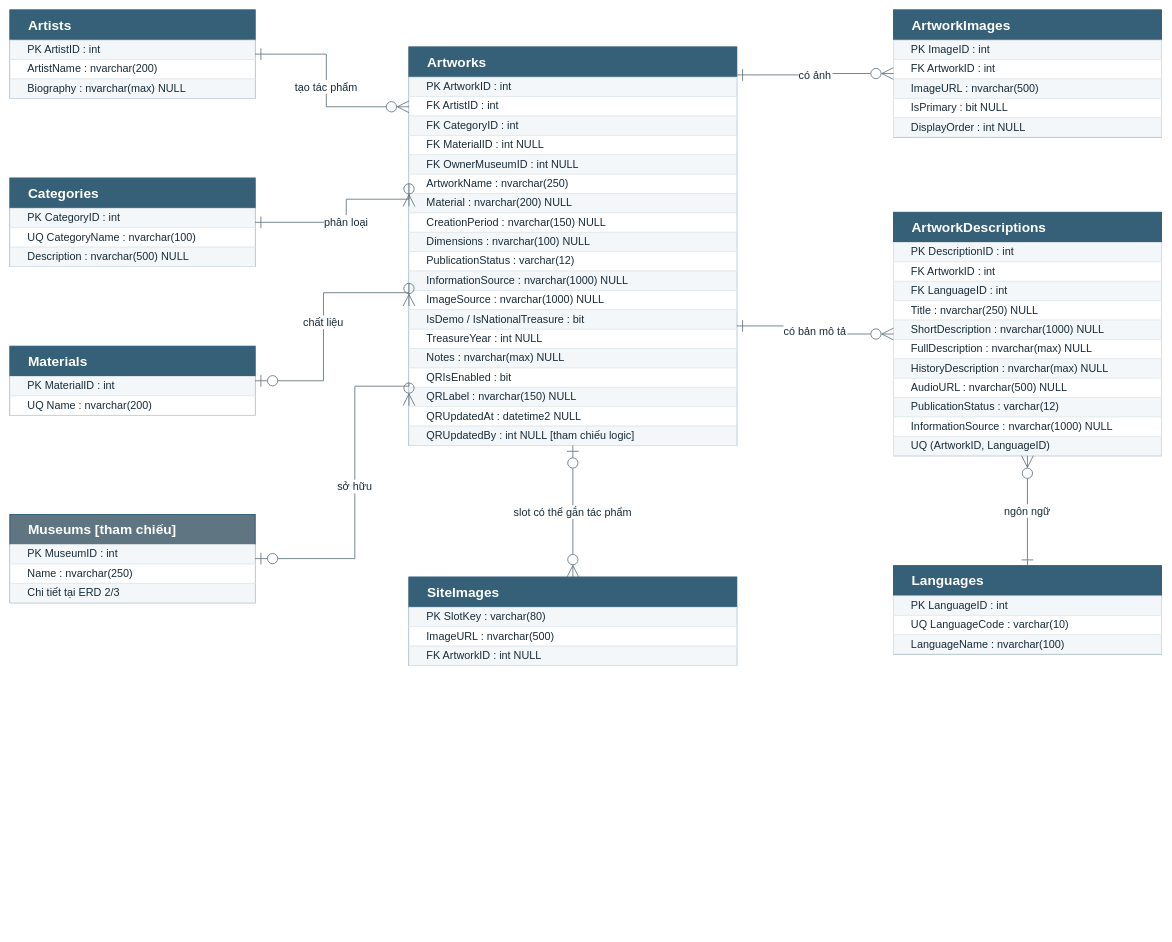
Above: page "ERD 1/4 — Tác phẩm, ngôn ngữ và hình ảnh" (1 of 4) of docs/prd/diagrams/source/Muses_ERD.drawio in baybbut/CNPM_GROUP6 (draw.io), before the change. Source tidied: cells renumbered, new cells numbered last; positions are measured from the earlier drawing's top-left corner, leaving out a move shared by most shapes. Both pictures are drawn from the tidied source at 57%, with x=0, y=0 at pixel (10, 10).
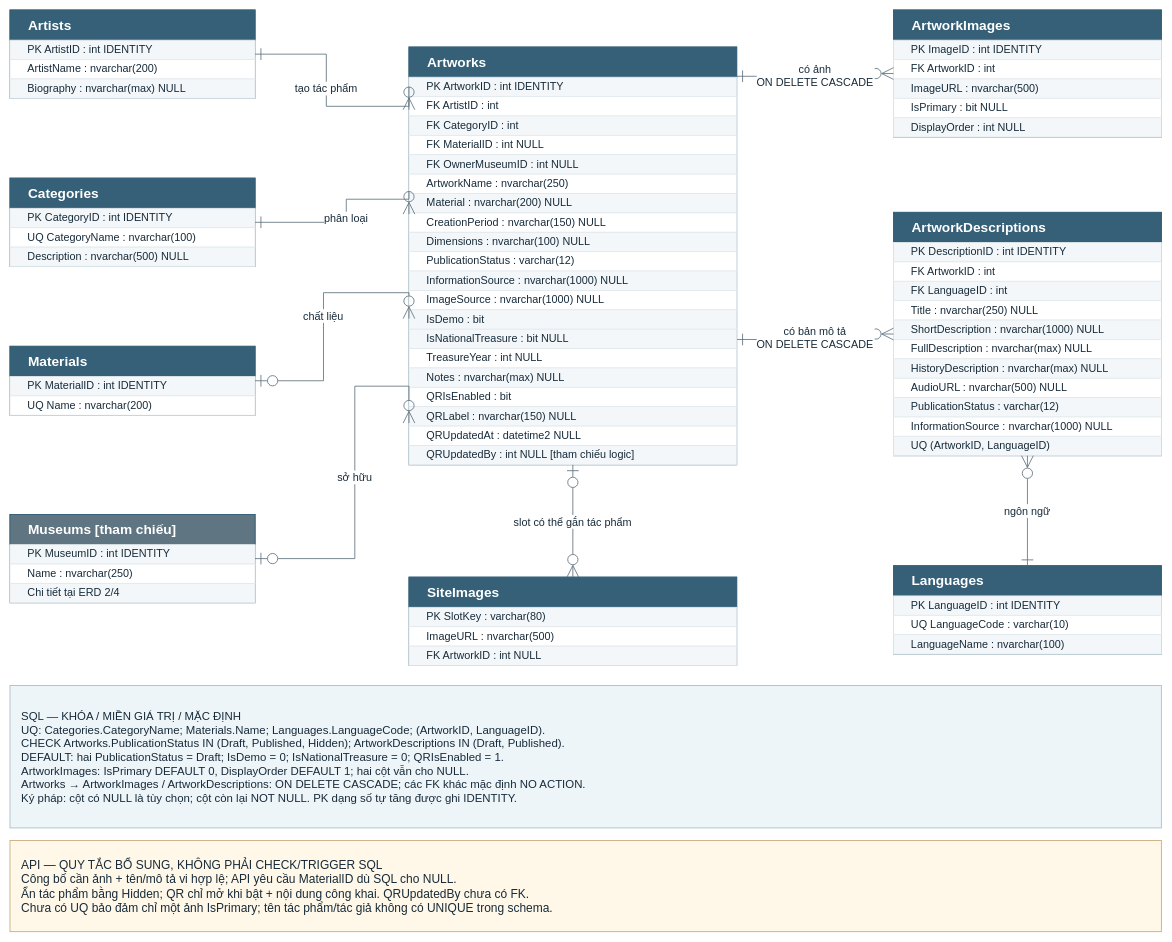
After the change.

Unchanged cells that the change refers to:
```xml
<mxCell id="42" style="fontFamily=Arial;html=0;convertToSvg=1;svgWhiteSpace=wrap;fontColor=#172B3A;rounded=0;whiteSpace=wrap;fillColor=#FFFFFF;strokeColor=#356078;strokeWidth=1.5;fontSize=22;spacing=16;" parent="1" vertex="1">
  <mxGeometry x="1550" width="470" height="223" as="geometry" />
</mxCell>
<mxCell id="49" style="fontFamily=Arial;html=0;convertToSvg=1;svgWhiteSpace=wrap;fontColor=#172B3A;rounded=0;whiteSpace=wrap;fillColor=#FFFFFF;strokeColor=#356078;strokeWidth=1.5;fontSize=22;spacing=16;" parent="1" vertex="1">
  <mxGeometry x="1550" y="355" width="470" height="427" as="geometry" />
</mxCell>
```

Diff of the diagram source:
```diff
@@
-    <mxCell id="4" value="PK  ArtistID : int" style="fontFamily=Arial;html=0;convertToSvg=1;svgWhiteSpace=wrap;fontColor=#172B3A;rounded=0;whiteSpace=wrap;fillColor=#F3F7F9;strokeColor=#E2E9ED;strokeWidth=1.5;fontSize=19;spacing=16;align=left;spacingLeft=15;spacingTop=0;spacingBottom=0;" parent="1" vertex="1">
+    <mxCell id="4" value="PK  ArtistID : int IDENTITY" style="fontFamily=Arial;html=0;convertToSvg=1;svgWhiteSpace=wrap;fontColor=#172B3A;rounded=0;whiteSpace=wrap;fillColor=#F3F7F9;strokeColor=#E2E9ED;strokeWidth=1.5;fontSize=19;spacing=16;align=left;spacingLeft=15;spacingTop=0;spacingBottom=0;" parent="1" vertex="1">
       <mxGeometry y="53" width="430" height="34" as="geometry" />
     </mxCell>
@@
-    <mxCell id="9" value="PK  CategoryID : int" style="fontFamily=Arial;html=0;convertToSvg=1;svgWhiteSpace=wrap;fontColor=#172B3A;rounded=0;whiteSpace=wrap;fillColor=#F3F7F9;strokeColor=#E2E9ED;strokeWidth=1.5;fontSize=19;spacing=16;align=left;spacingLeft=15;spacingTop=0;spacingBottom=0;" parent="1" vertex="1">
+    <mxCell id="9" value="PK  CategoryID : int IDENTITY" style="fontFamily=Arial;html=0;convertToSvg=1;svgWhiteSpace=wrap;fontColor=#172B3A;rounded=0;whiteSpace=wrap;fillColor=#F3F7F9;strokeColor=#E2E9ED;strokeWidth=1.5;fontSize=19;spacing=16;align=left;spacingLeft=15;spacingTop=0;spacingBottom=0;" parent="1" vertex="1">
       <mxGeometry y="348" width="430" height="34" as="geometry" />
     </mxCell>
@@
-    <mxCell id="14" value="PK  MaterialID : int" style="fontFamily=Arial;html=0;convertToSvg=1;svgWhiteSpace=wrap;fontColor=#172B3A;rounded=0;whiteSpace=wrap;fillColor=#F3F7F9;strokeColor=#E2E9ED;strokeWidth=1.5;fontSize=19;spacing=16;align=left;spacingLeft=15;spacingTop=0;spacingBottom=0;" parent="1" vertex="1">
+    <mxCell id="14" value="PK  MaterialID : int IDENTITY" style="fontFamily=Arial;html=0;convertToSvg=1;svgWhiteSpace=wrap;fontColor=#172B3A;rounded=0;whiteSpace=wrap;fillColor=#F3F7F9;strokeColor=#E2E9ED;strokeWidth=1.5;fontSize=19;spacing=16;align=left;spacingLeft=15;spacingTop=0;spacingBottom=0;" parent="1" vertex="1">
       <mxGeometry y="643" width="430" height="34" as="geometry" />
     </mxCell>
@@
-    <mxCell id="18" value="PK  MuseumID : int" style="fontFamily=Arial;html=0;convertToSvg=1;svgWhiteSpace=wrap;fontColor=#172B3A;rounded=0;whiteSpace=wrap;fillColor=#F3F7F9;strokeColor=#E2E9ED;strokeWidth=1.5;fontSize=19;spacing=16;align=left;spacingLeft=15;spacingTop=0;spacingBottom=0;" parent="1" vertex="1">
+    <mxCell id="18" value="PK  MuseumID : int IDENTITY" style="fontFamily=Arial;html=0;convertToSvg=1;svgWhiteSpace=wrap;fontColor=#172B3A;rounded=0;whiteSpace=wrap;fillColor=#F3F7F9;strokeColor=#E2E9ED;strokeWidth=1.5;fontSize=19;spacing=16;align=left;spacingLeft=15;spacingTop=0;spacingBottom=0;" parent="1" vertex="1">
       <mxGeometry y="938" width="430" height="34" as="geometry" />
     </mxCell>
@@
-    <mxCell id="20" value="Chi tiết tại ERD 2/3" style="fontFamily=Arial;html=0;convertToSvg=1;svgWhiteSpace=wrap;fontColor=#172B3A;rounded=0;whiteSpace=wrap;fillColor=#F3F7F9;strokeColor=#E2E9ED;strokeWidth=1.5;fontSize=19;spacing=16;align=left;spacingLeft=15;spacingTop=0;spacingBottom=0;" parent="1" vertex="1">
+    <mxCell id="20" value="Chi tiết tại ERD 2/4" style="fontFamily=Arial;html=0;convertToSvg=1;svgWhiteSpace=wrap;fontColor=#172B3A;rounded=0;whiteSpace=wrap;fillColor=#F3F7F9;strokeColor=#E2E9ED;strokeWidth=1.5;fontSize=19;spacing=16;align=left;spacingLeft=15;spacingTop=0;spacingBottom=0;" parent="1" vertex="1">
       <mxGeometry y="1006" width="430" height="34" as="geometry" />
     </mxCell>
     <mxCell id="21" style="fontFamily=Arial;html=0;convertToSvg=1;svgWhiteSpace=wrap;fontColor=#172B3A;rounded=0;whiteSpace=wrap;fillColor=#FFFFFF;strokeColor=#356078;strokeWidth=1.5;fontSize=22;spacing=16;" parent="1" vertex="1">
-      <mxGeometry x="700" y="65" width="575" height="699" as="geometry" />
+      <mxGeometry x="700" y="65" width="575" height="733" as="geometry" />
     </mxCell>
@@
-    <mxCell id="23" value="PK  ArtworkID : int" style="fontFamily=Arial;html=0;convertToSvg=1;svgWhiteSpace=wrap;fontColor=#172B3A;rounded=0;whiteSpace=wrap;fillColor=#F3F7F9;strokeColor=#E2E9ED;strokeWidth=1.5;fontSize=19;spacing=16;align=left;spacingLeft=15;spacingTop=0;spacingBottom=0;" parent="1" vertex="1">
+    <mxCell id="23" value="PK  ArtworkID : int IDENTITY" style="fontFamily=Arial;html=0;convertToSvg=1;svgWhiteSpace=wrap;fontColor=#172B3A;rounded=0;whiteSpace=wrap;fillColor=#F3F7F9;strokeColor=#E2E9ED;strokeWidth=1.5;fontSize=19;spacing=16;align=left;spacingLeft=15;spacingTop=0;spacingBottom=0;" parent="1" vertex="1">
       <mxGeometry x="700" y="118" width="575" height="34" as="geometry" />
     </mxCell>
@@
-    <mxCell id="35" value="IsDemo / IsNationalTreasure : bit" style="fontFamily=Arial;html=0;convertToSvg=1;svgWhiteSpace=wrap;fontColor=#172B3A;rounded=0;whiteSpace=wrap;fillColor=#F3F7F9;strokeColor=#E2E9ED;strokeWidth=1.5;fontSize=19;spacing=16;align=left;spacingLeft=15;spacingTop=0;spacingBottom=0;" parent="1" vertex="1">
+    <mxCell id="35" value="IsDemo : bit" style="fontFamily=Arial;html=0;convertToSvg=1;svgWhiteSpace=wrap;fontColor=#172B3A;rounded=0;whiteSpace=wrap;fillColor=#F3F7F9;strokeColor=#E2E9ED;strokeWidth=1.5;fontSize=19;spacing=16;align=left;spacingLeft=15;spacingTop=0;spacingBottom=0;" parent="1" vertex="1">
       <mxGeometry x="700" y="526" width="575" height="34" as="geometry" />
     </mxCell>
     <mxCell id="36" value="TreasureYear : int NULL" style="fontFamily=Arial;html=0;convertToSvg=1;svgWhiteSpace=wrap;fontColor=#172B3A;rounded=0;whiteSpace=wrap;fillColor=#FFFFFF;strokeColor=#E2E9ED;strokeWidth=1.5;fontSize=19;spacing=16;align=left;spacingLeft=15;spacingTop=0;spacingBottom=0;" parent="1" vertex="1">
-      <mxGeometry x="700" y="560" width="575" height="34" as="geometry" />
+      <mxGeometry x="700" y="594" width="575" height="34" as="geometry" />
     </mxCell>
     <mxCell id="37" value="Notes : nvarchar(max) NULL" style="fontFamily=Arial;html=0;convertToSvg=1;svgWhiteSpace=wrap;fontColor=#172B3A;rounded=0;whiteSpace=wrap;fillColor=#F3F7F9;strokeColor=#E2E9ED;strokeWidth=1.5;fontSize=19;spacing=16;align=left;spacingLeft=15;spacingTop=0;spacingBottom=0;" parent="1" vertex="1">
-      <mxGeometry x="700" y="594" width="575" height="34" as="geometry" />
+      <mxGeometry x="700" y="628" width="575" height="34" as="geometry" />
     </mxCell>
     <mxCell id="38" value="QRIsEnabled : bit" style="fontFamily=Arial;html=0;convertToSvg=1;svgWhiteSpace=wrap;fontColor=#172B3A;rounded=0;whiteSpace=wrap;fillColor=#FFFFFF;strokeColor=#E2E9ED;strokeWidth=1.5;fontSize=19;spacing=16;align=left;spacingLeft=15;spacingTop=0;spacingBottom=0;" parent="1" vertex="1">
-      <mxGeometry x="700" y="628" width="575" height="34" as="geometry" />
+      <mxGeometry x="700" y="662" width="575" height="34" as="geometry" />
     </mxCell>
     <mxCell id="39" value="QRLabel : nvarchar(150) NULL" style="fontFamily=Arial;html=0;convertToSvg=1;svgWhiteSpace=wrap;fontColor=#172B3A;rounded=0;whiteSpace=wrap;fillColor=#F3F7F9;strokeColor=#E2E9ED;strokeWidth=1.5;fontSize=19;spacing=16;align=left;spacingLeft=15;spacingTop=0;spacingBottom=0;" parent="1" vertex="1">
-      <mxGeometry x="700" y="662" width="575" height="34" as="geometry" />
+      <mxGeometry x="700" y="696" width="575" height="34" as="geometry" />
     </mxCell>
     <mxCell id="40" value="QRUpdatedAt : datetime2 NULL" style="fontFamily=Arial;html=0;convertToSvg=1;svgWhiteSpace=wrap;fontColor=#172B3A;rounded=0;whiteSpace=wrap;fillColor=#FFFFFF;strokeColor=#E2E9ED;strokeWidth=1.5;fontSize=19;spacing=16;align=left;spacingLeft=15;spacingTop=0;spacingBottom=0;" parent="1" vertex="1">
-      <mxGeometry x="700" y="696" width="575" height="34" as="geometry" />
+      <mxGeometry x="700" y="730" width="575" height="34" as="geometry" />
     </mxCell>
     <mxCell id="41" value="QRUpdatedBy : int NULL  [tham chiếu logic]" style="fontFamily=Arial;html=0;convertToSvg=1;svgWhiteSpace=wrap;fontColor=#172B3A;rounded=0;whiteSpace=wrap;fillColor=#F3F7F9;strokeColor=#E2E9ED;strokeWidth=1.5;fontSize=19;spacing=16;align=left;spacingLeft=15;spacingTop=0;spacingBottom=0;" parent="1" vertex="1">
-      <mxGeometry x="700" y="730" width="575" height="34" as="geometry" />
+      <mxGeometry x="700" y="764" width="575" height="34" as="geometry" />
     </mxCell>
@@
-    <mxCell id="44" value="PK  ImageID : int" style="fontFamily=Arial;html=0;convertToSvg=1;svgWhiteSpace=wrap;fontColor=#172B3A;rounded=0;whiteSpace=wrap;fillColor=#F3F7F9;strokeColor=#E2E9ED;strokeWidth=1.5;fontSize=19;spacing=16;align=left;spacingLeft=15;spacingTop=0;spacingBottom=0;" parent="1" vertex="1">
+    <mxCell id="44" value="PK  ImageID : int IDENTITY" style="fontFamily=Arial;html=0;convertToSvg=1;svgWhiteSpace=wrap;fontColor=#172B3A;rounded=0;whiteSpace=wrap;fillColor=#F3F7F9;strokeColor=#E2E9ED;strokeWidth=1.5;fontSize=19;spacing=16;align=left;spacingLeft=15;spacingTop=0;spacingBottom=0;" parent="1" vertex="1">
       <mxGeometry x="1550" y="53" width="470" height="34" as="geometry" />
     </mxCell>
@@
-    <mxCell id="51" value="PK  DescriptionID : int" style="fontFamily=Arial;html=0;convertToSvg=1;svgWhiteSpace=wrap;fontColor=#172B3A;rounded=0;whiteSpace=wrap;fillColor=#F3F7F9;strokeColor=#E2E9ED;strokeWidth=1.5;fontSize=19;spacing=16;align=left;spacingLeft=15;spacingTop=0;spacingBottom=0;" parent="1" vertex="1">
+    <mxCell id="51" value="PK  DescriptionID : int IDENTITY" style="fontFamily=Arial;html=0;convertToSvg=1;svgWhiteSpace=wrap;fontColor=#172B3A;rounded=0;whiteSpace=wrap;fillColor=#F3F7F9;strokeColor=#E2E9ED;strokeWidth=1.5;fontSize=19;spacing=16;align=left;spacingLeft=15;spacingTop=0;spacingBottom=0;" parent="1" vertex="1">
       <mxGeometry x="1550" y="408" width="470" height="34" as="geometry" />
     </mxCell>
@@
-    <mxCell id="64" value="PK  LanguageID : int" style="fontFamily=Arial;html=0;convertToSvg=1;svgWhiteSpace=wrap;fontColor=#172B3A;rounded=0;whiteSpace=wrap;fillColor=#F3F7F9;strokeColor=#E2E9ED;strokeWidth=1.5;fontSize=19;spacing=16;align=left;spacingLeft=15;spacingTop=0;spacingBottom=0;" parent="1" vertex="1">
+    <mxCell id="64" value="PK  LanguageID : int IDENTITY" style="fontFamily=Arial;html=0;convertToSvg=1;svgWhiteSpace=wrap;fontColor=#172B3A;rounded=0;whiteSpace=wrap;fillColor=#F3F7F9;strokeColor=#E2E9ED;strokeWidth=1.5;fontSize=19;spacing=16;align=left;spacingLeft=15;spacingTop=0;spacingBottom=0;" parent="1" vertex="1">
       <mxGeometry x="1550" y="1028" width="470" height="34" as="geometry" />
     </mxCell>
@@
-    <mxCell id="76" value="có ảnh" style="edgeStyle=orthogonalEdgeStyle;rounded=0;jettySize=30;html=0;convertToSvg=1;fontFamily=Arial;fontSize=19;fontColor=#172B3A;strokeColor=#627581;strokeWidth=1.5;endArrow=none;labelBackgroundColor=#FFFFFF;startArrow=ERone;startFill=0;endArrow=ERzeroToMany;endFill=0;startSize=18;endSize=18;jumpStyle=arc;jumpSize=10;exitX=1;exitY=0.07;entryX=0;entryY=0.5;" parent="1" edge="1" source="21" target="42">
+    <mxCell id="76" value="có ảnh&#10;ON DELETE CASCADE" style="edgeStyle=orthogonalEdgeStyle;rounded=0;jettySize=30;html=0;convertToSvg=1;fontFamily=Arial;fontSize=19;fontColor=#172B3A;strokeColor=#627581;strokeWidth=1.5;endArrow=none;labelBackgroundColor=#FFFFFF;startArrow=ERone;startFill=0;endArrow=ERzeroToMany;endFill=0;startSize=18;endSize=18;jumpStyle=arc;jumpSize=10;exitX=1;exitY=0.07;entryX=0;entryY=0.5;" parent="1" edge="1" source="21" target="42">
       <mxGeometry relative="1" as="geometry" />
     </mxCell>
-    <mxCell id="77" value="có bản mô tả" style="edgeStyle=orthogonalEdgeStyle;rounded=0;jettySize=30;html=0;convertToSvg=1;fontFamily=Arial;fontSize=19;fontColor=#172B3A;strokeColor=#627581;strokeWidth=1.5;endArrow=none;labelBackgroundColor=#FFFFFF;startArrow=ERone;startFill=0;endArrow=ERzeroToMany;endFill=0;startSize=18;endSize=18;jumpStyle=arc;jumpSize=10;exitX=1;exitY=0.7;entryX=0;entryY=0.5;" parent="1" edge="1" source="21" target="49">
+    <mxCell id="77" value="có bản mô tả&#10;ON DELETE CASCADE" style="edgeStyle=orthogonalEdgeStyle;rounded=0;jettySize=30;html=0;convertToSvg=1;fontFamily=Arial;fontSize=19;fontColor=#172B3A;strokeColor=#627581;strokeWidth=1.5;endArrow=none;labelBackgroundColor=#FFFFFF;startArrow=ERone;startFill=0;endArrow=ERzeroToMany;endFill=0;startSize=18;endSize=18;jumpStyle=arc;jumpSize=10;exitX=1;exitY=0.7;entryX=0;entryY=0.5;" parent="1" edge="1" source="21" target="49">
       <mxGeometry relative="1" as="geometry" />
     </mxCell>
@@
+    <mxCell id="80" value="IsNationalTreasure : bit NULL" style="fontFamily=Arial;html=0;convertToSvg=1;svgWhiteSpace=wrap;fontColor=#172B3A;rounded=0;whiteSpace=wrap;fillColor=#F3F7F9;strokeColor=#E2E9ED;strokeWidth=1.5;fontSize=19;spacing=16;align=left;spacingLeft=15;spacingTop=0;spacingBottom=0;" parent="1" vertex="1">
+      <mxGeometry x="700" y="560" width="575" height="34" as="geometry" />
+    </mxCell>
+    <mxCell id="81" value="SQL — KHÓA / MIỀN GIÁ TRỊ / MẶC ĐỊNH&#10;UQ: Categories.CategoryName; Materials.Name; Languages.LanguageCode; (ArtworkID, LanguageID).&#10;CHECK Artworks.PublicationStatus IN (Draft, Published, Hidden); ArtworkDescriptions IN (Draft, Published).&#10;DEFAULT: hai PublicationStatus = Draft; IsDemo = 0; IsNationalTreasure = 0; QRIsEnabled = 1.&#10;ArtworkImages: IsPrimary DEFAULT 0, DisplayOrder DEFAULT 1; hai cột vẫn cho NULL.&#10;Artworks → ArtworkImages / ArtworkDescriptions: ON DELETE CASCADE; các FK khác mặc định NO ACTION.&#10;Ký pháp: cột có NULL là tùy chọn; cột còn lại NOT NULL. PK dạng số tự tăng được ghi IDENTITY." style="fontFamily=Arial;html=0;convertToSvg=1;svgWhiteSpace=wrap;fontColor=#172B3A;rounded=0;whiteSpace=wrap;fillColor=#EEF5F9;strokeColor=#A8BDC9;strokeWidth=1.5;fontSize=20;spacing=16;align=left;spacing=20;" parent="1" vertex="1">
+      <mxGeometry y="1185" width="2020" height="250" as="geometry" />
+    </mxCell>
+    <mxCell id="82" value="API — QUY TẮC BỔ SUNG, KHÔNG PHẢI CHECK/TRIGGER SQL&#10;Công bố cần ảnh + tên/mô tả vi hợp lệ; API yêu cầu MaterialID dù SQL cho NULL.&#10;Ẩn tác phẩm bằng Hidden; QR chỉ mở khi bật + nội dung công khai. QRUpdatedBy chưa có FK.&#10;Chưa có UQ bảo đảm chỉ một ảnh IsPrimary; tên tác phẩm/tác giả không có UNIQUE trong schema." style="fontFamily=Arial;html=0;convertToSvg=1;svgWhiteSpace=wrap;fontColor=#172B3A;rounded=0;whiteSpace=wrap;fillColor=#FFF7E7;strokeColor=#C5AB7C;strokeWidth=1.5;fontSize=21;spacing=16;align=left;verticalAlign=middle;spacing=20;" parent="1" vertex="1">
+      <mxGeometry y="1457" width="2020" height="160" as="geometry" />
+    </mxCell>
```
